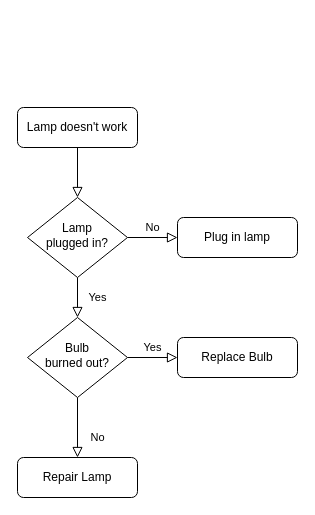
The draw.io diagram n8n_workflow.drawio in gaoshuai991/drawio, before the edit. Source tidied: cells renumbered, new cells numbered last; positions are measured from the earlier drawing's top-left corner, leaving out a move shared by most shapes. Both pictures are drawn from the tidied source at 100%, with x=0, y=0 at pixel (17, 107).
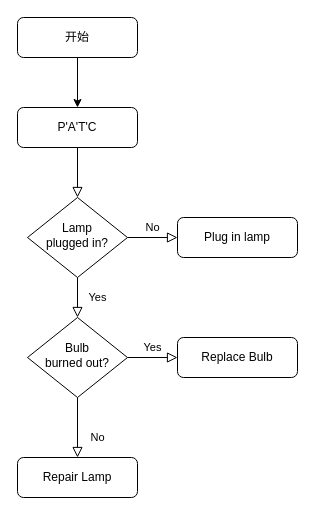
The same diagram, later.

What changed in the source:
```diff
@@
 <mxGraphModel>
   <root>
     <mxCell id="0" />
     <mxCell id="1" parent="0" />
     <mxCell id="2" style="rounded=0;html=1;jettySize=auto;fontSize=11;endArrow=block;endFill=0;endSize=8;strokeWidth=1;shadow=0;labelBackgroundColor=none;edgeStyle=orthogonalEdgeStyle;" parent="1" edge="1" source="3" target="6">
       <mxGeometry relative="1" as="geometry" />
     </mxCell>
-    <mxCell id="3" value="Lamp doesn't work" style="rounded=1;whiteSpace=wrap;html=1;fontSize=12;glass=0;strokeWidth=1;shadow=0;" parent="1" vertex="1">
+    <mxCell id="3" value="P'A'T'C" style="rounded=1;whiteSpace=wrap;html=1;fontSize=12;glass=0;strokeWidth=1;shadow=0;" parent="1" vertex="1">
       <mxGeometry width="120" height="40" as="geometry" />
     </mxCell>
     <mxCell id="4" value="Yes" style="rounded=0;html=1;jettySize=auto;fontSize=11;endArrow=block;endFill=0;endSize=8;strokeWidth=1;shadow=0;labelBackgroundColor=none;edgeStyle=orthogonalEdgeStyle;" parent="1" edge="1" source="6" target="10">
       <mxGeometry y="20" relative="1" as="geometry" />
     </mxCell>
     <mxCell id="5" value="No" style="edgeStyle=orthogonalEdgeStyle;rounded=0;html=1;jettySize=auto;fontSize=11;endArrow=block;endFill=0;endSize=8;strokeWidth=1;shadow=0;labelBackgroundColor=none;" parent="1" edge="1" source="6" target="7">
       <mxGeometry y="10" relative="1" as="geometry" />
     </mxCell>
     <mxCell id="6" value="Lamp&lt;br&gt;plugged in?" style="rhombus;whiteSpace=wrap;html=1;shadow=0;fontFamily=Helvetica;fontSize=12;align=center;strokeWidth=1;spacing=6;spacingTop=-4;" parent="1" vertex="1">
       <mxGeometry x="10" y="90" width="100" height="80" as="geometry" />
     </mxCell>
     <mxCell id="7" value="Plug in lamp" style="rounded=1;whiteSpace=wrap;html=1;fontSize=12;glass=0;strokeWidth=1;shadow=0;" parent="1" vertex="1">
       <mxGeometry x="160" y="110" width="120" height="40" as="geometry" />
     </mxCell>
     <mxCell id="8" value="No" style="rounded=0;html=1;jettySize=auto;fontSize=11;endArrow=block;endFill=0;endSize=8;strokeWidth=1;shadow=0;labelBackgroundColor=none;edgeStyle=orthogonalEdgeStyle;" parent="1" edge="1" source="10" target="11">
       <mxGeometry x="0.33" y="20" relative="1" as="geometry" />
     </mxCell>
     <mxCell id="9" value="Yes" style="edgeStyle=orthogonalEdgeStyle;rounded=0;html=1;jettySize=auto;fontSize=11;endArrow=block;endFill=0;endSize=8;strokeWidth=1;shadow=0;labelBackgroundColor=none;" parent="1" edge="1" source="10" target="12">
       <mxGeometry y="10" relative="1" as="geometry" />
     </mxCell>
     <mxCell id="10" value="Bulb&lt;br&gt;burned out?" style="rhombus;whiteSpace=wrap;html=1;shadow=0;fontFamily=Helvetica;fontSize=12;align=center;strokeWidth=1;spacing=6;spacingTop=-4;" parent="1" vertex="1">
       <mxGeometry x="10" y="210" width="100" height="80" as="geometry" />
     </mxCell>
     <mxCell id="11" value="Repair Lamp" style="rounded=1;whiteSpace=wrap;html=1;fontSize=12;glass=0;strokeWidth=1;shadow=0;" parent="1" vertex="1">
       <mxGeometry y="350" width="120" height="40" as="geometry" />
     </mxCell>
     <mxCell id="12" value="Replace Bulb" style="rounded=1;whiteSpace=wrap;html=1;fontSize=12;glass=0;strokeWidth=1;shadow=0;" parent="1" vertex="1">
       <mxGeometry x="160" y="230" width="120" height="40" as="geometry" />
     </mxCell>
+    <mxCell id="13" style="edgeStyle=orthogonalEdgeStyle;rounded=0;jettySize=auto;html=1;exitX=0.5;exitY=1;exitDx=0;exitDy=0;entryX=0.5;entryY=0;entryDx=0;entryDy=0;" parent="1" edge="1" source="14" target="3">
+      <mxGeometry relative="1" as="geometry" />
+    </mxCell>
+    <mxCell id="14" value="开始" style="rounded=1;whiteSpace=wrap;html=1;fontSize=12;glass=0;strokeWidth=1;shadow=0;" parent="1" vertex="1">
+      <mxGeometry y="-90" width="120" height="40" as="geometry" />
+    </mxCell>
   </root>
 </mxGraphModel>
```
